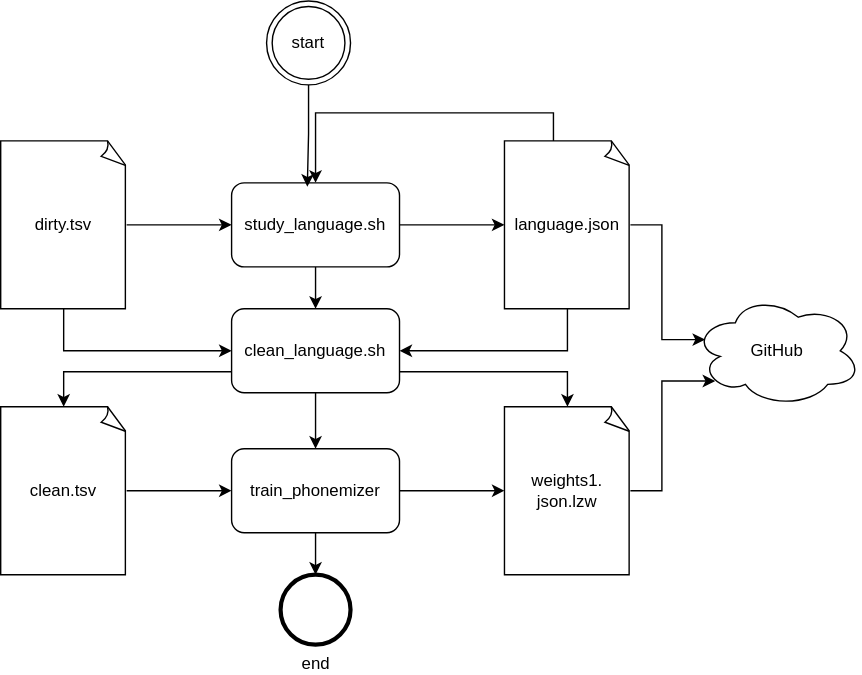
The draw.io diagram dicts/adding_a_language.drawio.svg in neurlang/goruut, before a commit. Source tidied: cells renumbered, new cells last; positions are measured from the earlier drawing's top-left corner, leaving out a move shared by most shapes.
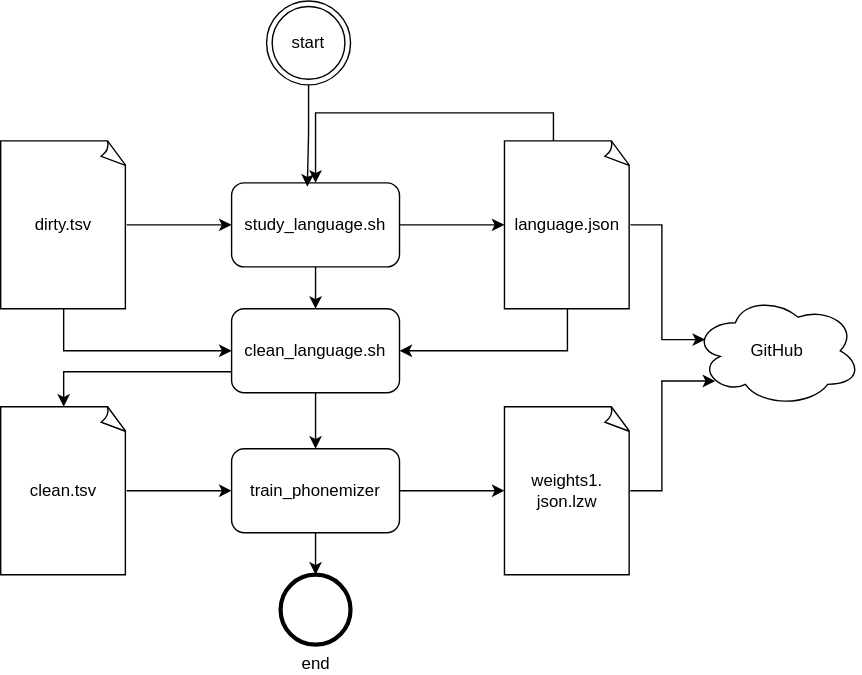
Above is the later version.

Change to the diagram source:
```diff
@@ -77,9 +77,6 @@
     <mxCell id="23" style="edgeStyle=orthogonalEdgeStyle;rounded=0;jettySize=auto;html=1;exitX=0;exitY=0.75;exitDx=0;exitDy=0;entryX=0.5;entryY=0;entryDx=0;entryDy=0;entryPerimeter=0;" parent="1" edge="1" source="15" target="6">
       <mxGeometry relative="1" as="geometry" />
     </mxCell>
-    <mxCell id="24" style="edgeStyle=orthogonalEdgeStyle;rounded=0;jettySize=auto;html=1;exitX=1;exitY=0.75;exitDx=0;exitDy=0;entryX=0.5;entryY=0;entryDx=0;entryDy=0;entryPerimeter=0;" parent="1" edge="1" source="15" target="11">
-      <mxGeometry relative="1" as="geometry" />
-    </mxCell>
     <mxCell id="25" value="GitHub" style="ellipse;shape=cloud;whiteSpace=wrap;html=1;" parent="1" vertex="1">
       <mxGeometry x="495" y="210" width="120" height="80" as="geometry" />
     </mxCell>
```
